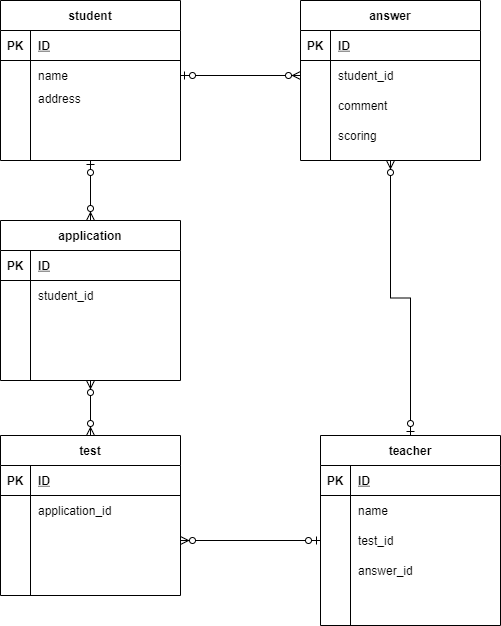
kouheidesu/gyarmex11 keeps this draw.io diagram as index.drawio.png. Above is the earlier version. Source tidied: cells renumbered, new cells last; positions are measured from the earlier drawing's top-left corner, leaving out a move shared by most shapes.
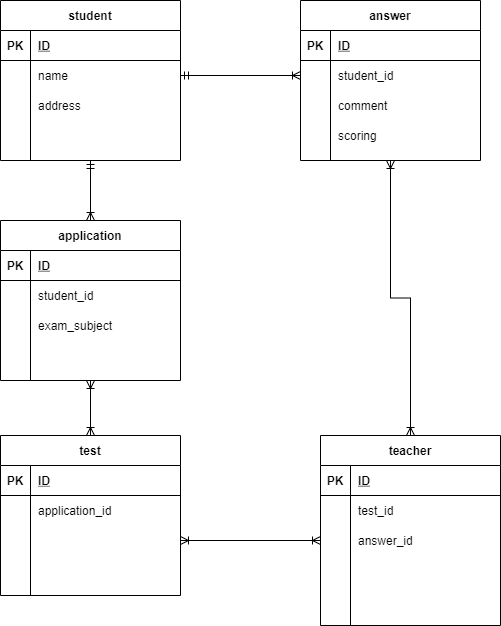
Later version of the same file.

The edit, as a diff of the source:
```diff
@@ -2,7 +2,7 @@
   <root>
     <mxCell id="0" />
     <mxCell id="1" parent="0" />
-    <mxCell id="2" style="edgeStyle=orthogonalEdgeStyle;rounded=0;jettySize=auto;html=1;exitX=0.5;exitY=1;exitDx=0;exitDy=0;startArrow=ERzeroToOne;startFill=1;endArrow=ERzeroToMany;endFill=1;" parent="1" edge="1" source="3" target="33">
+    <mxCell id="2" style="edgeStyle=orthogonalEdgeStyle;rounded=0;jettySize=auto;html=1;exitX=0.5;exitY=1;exitDx=0;exitDy=0;startArrow=ERmandOne;startFill=0;endArrow=ERoneToMany;endFill=0;" parent="1" edge="1" source="3" target="33">
       <mxGeometry relative="1" as="geometry" />
     </mxCell>
     <mxCell id="3" value="student" style="shape=table;startSize=30;rowLines=0;fontStyle=1;align=center;" parent="1" vertex="1">
@@ -32,7 +32,7 @@
     <mxCell id="11" style="shape=partialRectangle;fillColor=none;top=0;left=0;bottom=0;right=0;overflow=hidden;" parent="10" vertex="1">
       <mxGeometry width="30" height="30" as="geometry" />
     </mxCell>
-    <mxCell id="12" value="address&#10;" style="shape=partialRectangle;fillColor=none;top=0;left=0;bottom=0;right=0;align=left;spacingLeft=6;overflow=hidden;" parent="10" vertex="1">
+    <mxCell id="12" value="address" style="shape=partialRectangle;fillColor=none;top=0;left=0;bottom=0;right=0;align=left;spacingLeft=6;overflow=hidden;" parent="10" vertex="1">
       <mxGeometry x="30" width="150" height="30" as="geometry" />
     </mxCell>
     <mxCell id="13" style="shape=partialRectangle;fillColor=none;top=0;left=0;bottom=0;right=0;" parent="3" vertex="1">
@@ -62,7 +62,7 @@
     <mxCell id="21" style="shape=partialRectangle;fillColor=none;top=0;left=0;bottom=0;right=0;overflow=hidden;" parent="20" vertex="1">
       <mxGeometry width="30" height="30" as="geometry" />
     </mxCell>
-    <mxCell id="22" value="name" style="shape=partialRectangle;fillColor=none;top=0;left=0;bottom=0;right=0;align=left;spacingLeft=6;overflow=hidden;" parent="20" vertex="1">
+    <mxCell id="22" value="test_id" style="shape=partialRectangle;fillColor=none;top=0;left=0;bottom=0;right=0;align=left;spacingLeft=6;overflow=hidden;" parent="20" vertex="1">
       <mxGeometry x="30" width="150" height="30" as="geometry" />
     </mxCell>
     <mxCell id="23" style="shape=partialRectangle;fillColor=none;top=0;left=0;bottom=0;right=0;points=[[0,0.5],[1,0.5]];portConstraint=eastwest;" parent="16" vertex="1">
@@ -71,7 +71,7 @@
     <mxCell id="24" style="shape=partialRectangle;fillColor=none;top=0;left=0;bottom=0;right=0;overflow=hidden;" parent="23" vertex="1">
       <mxGeometry width="30" height="30" as="geometry" />
     </mxCell>
-    <mxCell id="25" value="test_id" style="shape=partialRectangle;fillColor=none;top=0;left=0;bottom=0;right=0;align=left;spacingLeft=6;overflow=hidden;" parent="23" vertex="1">
+    <mxCell id="25" value="answer_id" style="shape=partialRectangle;fillColor=none;top=0;left=0;bottom=0;right=0;align=left;spacingLeft=6;overflow=hidden;" parent="23" vertex="1">
       <mxGeometry x="30" width="150" height="30" as="geometry" />
     </mxCell>
     <mxCell id="26" style="shape=partialRectangle;fillColor=none;top=0;left=0;bottom=0;right=0;" parent="16" vertex="1">
@@ -80,7 +80,7 @@
     <mxCell id="27" style="shape=partialRectangle;fillColor=none;top=0;left=0;bottom=0;right=0;overflow=hidden;" parent="26" vertex="1">
       <mxGeometry width="30" height="30" as="geometry" />
     </mxCell>
-    <mxCell id="28" value="answer_id" style="shape=partialRectangle;fillColor=none;top=0;left=0;bottom=0;right=0;align=left;spacingLeft=6;overflow=hidden;" parent="26" vertex="1">
+    <mxCell id="28" style="shape=partialRectangle;fillColor=none;top=0;left=0;bottom=0;right=0;align=left;spacingLeft=6;overflow=hidden;" parent="26" vertex="1">
       <mxGeometry x="30" width="150" height="30" as="geometry" />
     </mxCell>
     <mxCell id="29" style="shape=partialRectangle;fillColor=none;top=0;left=0;bottom=0;right=0;" parent="16" vertex="1">
@@ -92,7 +92,7 @@
     <mxCell id="31" style="shape=partialRectangle;fillColor=none;top=0;left=0;bottom=0;right=0;align=left;spacingLeft=6;overflow=hidden;" parent="29" vertex="1">
       <mxGeometry x="30" width="150" height="30" as="geometry" />
     </mxCell>
-    <mxCell id="32" style="edgeStyle=orthogonalEdgeStyle;rounded=0;jettySize=auto;html=1;exitX=0.5;exitY=1;exitDx=0;exitDy=0;startArrow=ERzeroToMany;startFill=1;endArrow=ERzeroToMany;endFill=1;" parent="1" edge="1" source="33" target="60">
+    <mxCell id="32" style="edgeStyle=orthogonalEdgeStyle;rounded=0;jettySize=auto;html=1;exitX=0.5;exitY=1;exitDx=0;exitDy=0;startArrow=ERoneToMany;startFill=0;endArrow=ERoneToMany;endFill=0;" parent="1" edge="1" source="33" target="60">
       <mxGeometry relative="1" as="geometry" />
     </mxCell>
     <mxCell id="33" value="application" style="shape=table;startSize=30;rowLines=0;fontStyle=1;align=center;" parent="1" vertex="1">
@@ -122,7 +122,7 @@
     <mxCell id="41" style="shape=partialRectangle;fillColor=none;top=0;left=0;bottom=0;right=0;overflow=hidden;" parent="40" vertex="1">
       <mxGeometry width="30" height="30" as="geometry" />
     </mxCell>
-    <mxCell id="42" style="shape=partialRectangle;fillColor=none;top=0;left=0;bottom=0;right=0;align=left;spacingLeft=6;overflow=hidden;" parent="40" vertex="1">
+    <mxCell id="42" value="exam_subject" style="shape=partialRectangle;fillColor=none;top=0;left=0;bottom=0;right=0;align=left;spacingLeft=6;overflow=hidden;" parent="40" vertex="1">
       <mxGeometry x="30" width="150" height="30" as="geometry" />
     </mxCell>
     <mxCell id="43" style="shape=partialRectangle;fillColor=none;top=0;left=0;bottom=0;right=0;" parent="33" vertex="1">
@@ -134,7 +134,7 @@
     <mxCell id="45" style="shape=partialRectangle;fillColor=none;top=0;left=0;bottom=0;right=0;align=left;spacingLeft=6;overflow=hidden;" parent="43" vertex="1">
       <mxGeometry x="30" width="150" height="30" as="geometry" />
     </mxCell>
-    <mxCell id="46" style="edgeStyle=orthogonalEdgeStyle;rounded=0;jettySize=auto;html=1;exitX=0.5;exitY=1;exitDx=0;exitDy=0;entryX=0.5;entryY=0;entryDx=0;entryDy=0;startArrow=ERzeroToMany;startFill=1;endArrow=ERzeroToOne;endFill=1;" parent="1" edge="1" source="47" target="16">
+    <mxCell id="46" style="edgeStyle=orthogonalEdgeStyle;rounded=0;jettySize=auto;html=1;exitX=0.5;exitY=1;exitDx=0;exitDy=0;entryX=0.5;entryY=0;entryDx=0;entryDy=0;startArrow=ERoneToMany;startFill=0;endArrow=ERoneToMany;endFill=0;" parent="1" edge="1" source="47" target="16">
       <mxGeometry relative="1" as="geometry" />
     </mxCell>
     <mxCell id="47" value="answer" style="shape=table;startSize=30;rowLines=0;fontStyle=1;align=center;" parent="1" vertex="1">
@@ -215,10 +215,10 @@
     <mxCell id="72" style="shape=partialRectangle;fillColor=none;top=0;left=0;bottom=0;right=0;align=left;spacingLeft=6;overflow=hidden;" parent="70" vertex="1">
       <mxGeometry x="30" width="150" height="30" as="geometry" />
     </mxCell>
-    <mxCell id="73" style="edgeStyle=orthogonalEdgeStyle;rounded=0;jettySize=auto;html=1;exitX=1;exitY=0.5;exitDx=0;exitDy=0;entryX=0;entryY=0.5;entryDx=0;entryDy=0;startArrow=ERzeroToMany;startFill=1;endArrow=ERzeroToOne;endFill=1;" parent="1" edge="1" source="67" target="23">
+    <mxCell id="73" style="edgeStyle=orthogonalEdgeStyle;rounded=0;jettySize=auto;html=1;exitX=1;exitY=0.5;exitDx=0;exitDy=0;entryX=0;entryY=0.5;entryDx=0;entryDy=0;startArrow=ERoneToMany;startFill=0;endArrow=ERoneToMany;endFill=0;" parent="1" edge="1" source="67" target="23">
       <mxGeometry relative="1" as="geometry" />
     </mxCell>
-    <mxCell id="74" style="edgeStyle=orthogonalEdgeStyle;rounded=0;jettySize=auto;html=1;exitX=0;exitY=0.5;exitDx=0;exitDy=0;startArrow=ERzeroToMany;startFill=1;endArrow=ERzeroToOne;endFill=1;" parent="1" edge="1" source="51" target="7">
+    <mxCell id="74" style="edgeStyle=orthogonalEdgeStyle;rounded=0;jettySize=auto;html=1;exitX=0;exitY=0.5;exitDx=0;exitDy=0;startArrow=ERoneToMany;startFill=0;endArrow=ERmandOne;endFill=0;" parent="1" edge="1" source="51" target="7">
       <mxGeometry relative="1" as="geometry" />
     </mxCell>
   </root>
```
